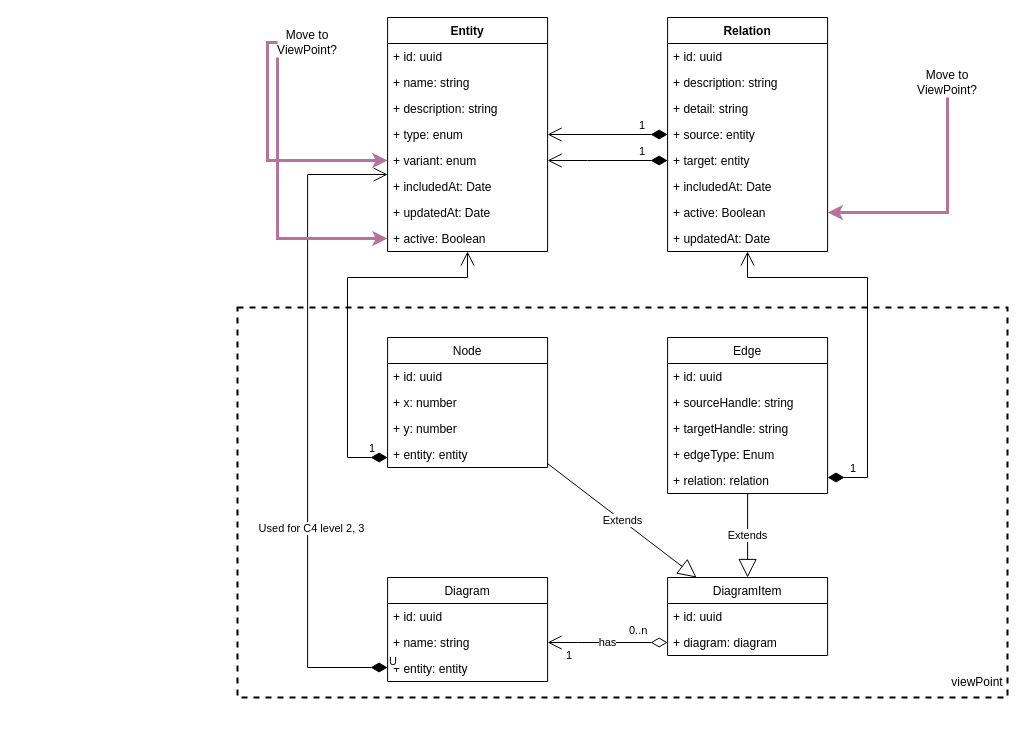
Earlier version of the draw.io diagram page "DER" (2 of 3) of docs/diagrams.drawio (archbuddy/documentation). Source tidied: cells renumbered, new cells numbered last; positions are measured from the earlier drawing's top-left corner, leaving out a move shared by most shapes. Both pictures are drawn from the tidied source at 100%, with x=0, y=0 at pixel (237, 17).
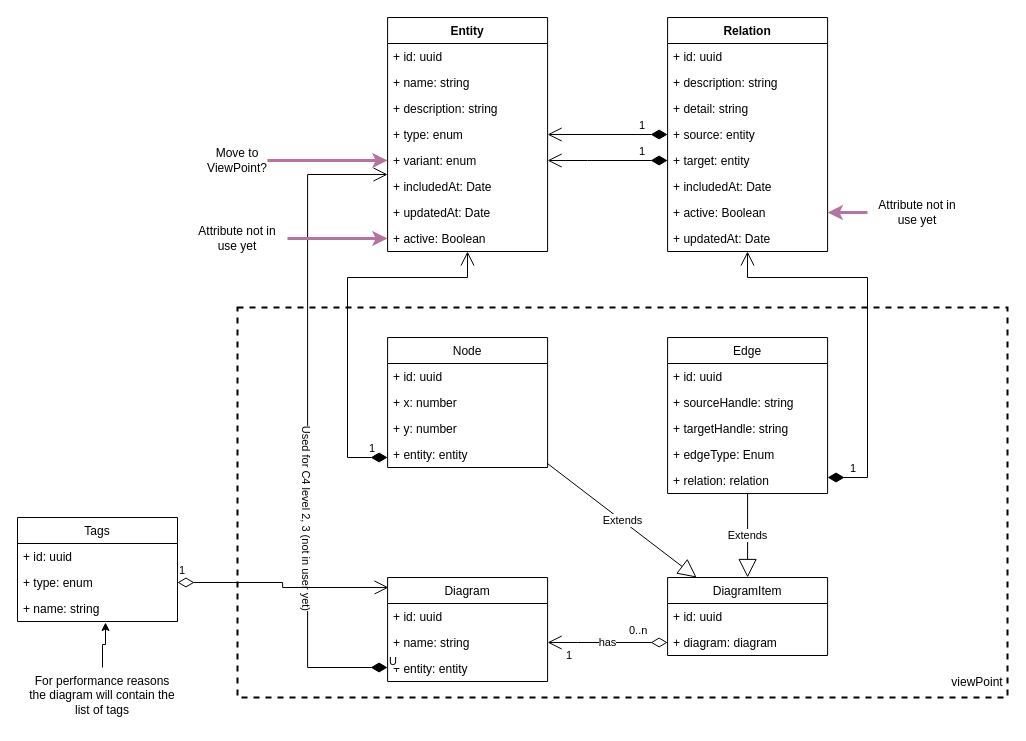
The same diagram, later.

The change refers to these unchanged cells:
```xml
<mxCell id="8" value="+ variant: enum" style="text;strokeColor=none;fillColor=none;align=left;verticalAlign=top;spacingLeft=4;spacingRight=4;overflow=hidden;points=[[0,0.5],[1,0.5]];portConstraint=eastwest;" parent="3" vertex="1">
  <mxGeometry y="130" width="160" height="26" as="geometry" />
</mxCell>
<mxCell id="11" value="+ active: Boolean" style="text;strokeColor=none;fillColor=none;align=left;verticalAlign=top;spacingLeft=4;spacingRight=4;overflow=hidden;points=[[0,0.5],[1,0.5]];portConstraint=eastwest;" parent="3" vertex="1">
  <mxGeometry y="208" width="160" height="26" as="geometry" />
</mxCell>
<mxCell id="39" value="Diagram" style="swimlane;fontStyle=0;horizontal=1;startSize=26;fillColor=none;" parent="1" vertex="1">
  <mxGeometry x="150.1" y="560" width="160" height="104" as="geometry" />
</mxCell>
<mxCell id="46" value="U" style="endArrow=open;html=1;endSize=12;startArrow=diamondThin;startSize=14;startFill=1;edgeStyle=orthogonalEdgeStyle;align=left;verticalAlign=bottom;rounded=0;" parent="1" edge="1" source="42" target="3">
  <mxGeometry x="-1" y="3" relative="1" as="geometry">
    <Array as="points">
      <mxPoint x="70.1" y="650" />
      <mxPoint x="70.1" y="157" />
    </Array>
  </mxGeometry>
</mxCell>
```

Diff of the diagram source:
```diff
@@
-    <mxCell id="47" value="Used for C4 level 2, 3" style="edgeLabel;html=1;align=center;verticalAlign=middle;" parent="46" vertex="1">
+    <mxCell id="47" value="Used for C4 level 2, 3 (not in user yet)" style="edgeLabel;html=1;align=center;verticalAlign=middle;rotation=90;" parent="46" vertex="1">
       <mxGeometry x="0.04" y="-3" relative="1" as="geometry">
-        <mxPoint y="120" as="offset" />
+        <mxPoint x="-3" y="110" as="offset" />
       </mxGeometry>
     </mxCell>
@@
     <mxCell id="50" style="edgeStyle=orthogonalEdgeStyle;rounded=0;jettySize=auto;html=1;strokeColor=#B5739D;strokeWidth=3;" parent="1" edge="1" source="52" target="8">
       <mxGeometry relative="1" as="geometry">
         <Array as="points">
-          <mxPoint x="30" y="25" />
-          <mxPoint x="30" y="143" />
+          <mxPoint x="10" y="143" />
+          <mxPoint x="10" y="143" />
         </Array>
       </mxGeometry>
     </mxCell>
-    <mxCell id="51" style="edgeStyle=orthogonalEdgeStyle;rounded=0;jettySize=auto;html=1;strokeColor=#B5739D;strokeWidth=3;" parent="1" edge="1" source="52" target="11">
+    <mxCell id="51" style="edgeStyle=orthogonalEdgeStyle;rounded=0;jettySize=auto;html=1;strokeColor=#B5739D;strokeWidth=3;exitX=1;exitY=0.5;exitDx=0;exitDy=0;" parent="1" edge="1" source="56" target="11">
       <mxGeometry relative="1" as="geometry">
         <Array as="points">
-          <mxPoint x="40" y="221" />
+          <mxPoint x="50" y="221" />
         </Array>
       </mxGeometry>
     </mxCell>
     <mxCell id="52" value="Move to ViewPoint?" style="text;html=1;strokeColor=none;fillColor=none;align=center;verticalAlign=middle;whiteSpace=wrap;rounded=0;" parent="1" vertex="1">
-      <mxGeometry x="40" y="10" width="60" height="30" as="geometry" />
+      <mxGeometry x="-30" y="128" width="60" height="30" as="geometry" />
     </mxCell>
@@
-    <mxCell id="54" value="Move to ViewPoint?" style="text;html=1;strokeColor=none;fillColor=none;align=center;verticalAlign=middle;whiteSpace=wrap;rounded=0;" parent="1" vertex="1">
-      <mxGeometry x="680" y="50" width="60" height="30" as="geometry" />
+    <mxCell id="54" value="Attribute not in use yet" style="text;html=1;strokeColor=none;fillColor=none;align=center;verticalAlign=middle;whiteSpace=wrap;rounded=0;" parent="1" vertex="1">
+      <mxGeometry x="630" y="180" width="100" height="30" as="geometry" />
     </mxCell>
@@
+    <mxCell id="56" value="Attribute not in use yet" style="text;html=1;strokeColor=none;fillColor=none;align=center;verticalAlign=middle;whiteSpace=wrap;rounded=0;" parent="1" vertex="1">
+      <mxGeometry x="-50" y="206" width="100" height="30" as="geometry" />
+    </mxCell>
+    <mxCell id="57" value="Tags" style="swimlane;fontStyle=0;horizontal=1;startSize=26;fillColor=none;" parent="1" vertex="1">
+      <mxGeometry x="-220" y="500" width="160" height="104" as="geometry" />
+    </mxCell>
+    <mxCell id="58" value="+ id: uuid" style="text;strokeColor=none;fillColor=none;align=left;verticalAlign=top;spacingLeft=4;spacingRight=4;overflow=hidden;" parent="57" vertex="1">
+      <mxGeometry y="26" width="160" height="26" as="geometry" />
+    </mxCell>
+    <mxCell id="59" value="+ type: enum" style="text;strokeColor=none;fillColor=none;align=left;verticalAlign=top;spacingLeft=4;spacingRight=4;overflow=hidden;points=[[0,0.5],[1,0.5]];portConstraint=eastwest;" parent="57" vertex="1">
+      <mxGeometry y="52" width="160" height="26" as="geometry" />
+    </mxCell>
+    <mxCell id="60" value="+ name: string" style="text;strokeColor=none;fillColor=none;align=left;verticalAlign=top;spacingLeft=4;spacingRight=4;overflow=hidden;points=[[0,0.5],[1,0.5]];portConstraint=eastwest;" parent="57" vertex="1">
+      <mxGeometry y="78" width="160" height="26" as="geometry" />
+    </mxCell>
+    <mxCell id="61" value="1" style="endArrow=open;html=1;endSize=12;startArrow=diamondThin;startSize=14;startFill=0;edgeStyle=orthogonalEdgeStyle;align=left;verticalAlign=bottom;rounded=0;exitX=1;exitY=0.5;exitDx=0;exitDy=0;entryX=0.006;entryY=0.096;entryDx=0;entryDy=0;entryPerimeter=0;" parent="1" edge="1" source="59" target="39">
+      <mxGeometry x="-1" y="3" relative="1" as="geometry" />
+    </mxCell>
+    <mxCell id="62" style="edgeStyle=orthogonalEdgeStyle;rounded=0;jettySize=auto;html=1;entryX=0.55;entryY=1.038;entryDx=0;entryDy=0;entryPerimeter=0;" parent="1" edge="1" source="63" target="60">
+      <mxGeometry relative="1" as="geometry" />
+    </mxCell>
+    <mxCell id="63" value="For performance reasons the diagram will contain the list of tags" style="text;html=1;strokeColor=none;fillColor=none;align=center;verticalAlign=middle;whiteSpace=wrap;rounded=0;" parent="1" vertex="1">
+      <mxGeometry x="-210" y="650" width="150" height="56" as="geometry" />
+    </mxCell>
```
